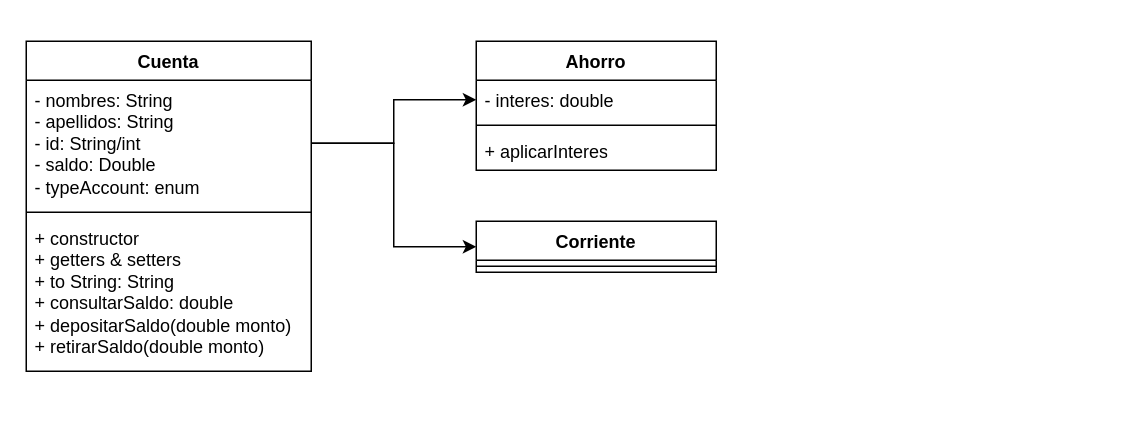
tineojf/practice-java keeps this draw.io diagram as src/cuentas/diagram/Account.drawio. Above is the earlier version. Source tidied: cells renumbered, new cells numbered last; positions are measured from the earlier drawing's top-left corner, leaving out a move shared by most shapes. Both pictures are drawn from the tidied source at 150%, with x=0, y=0 at pixel (26, 40).
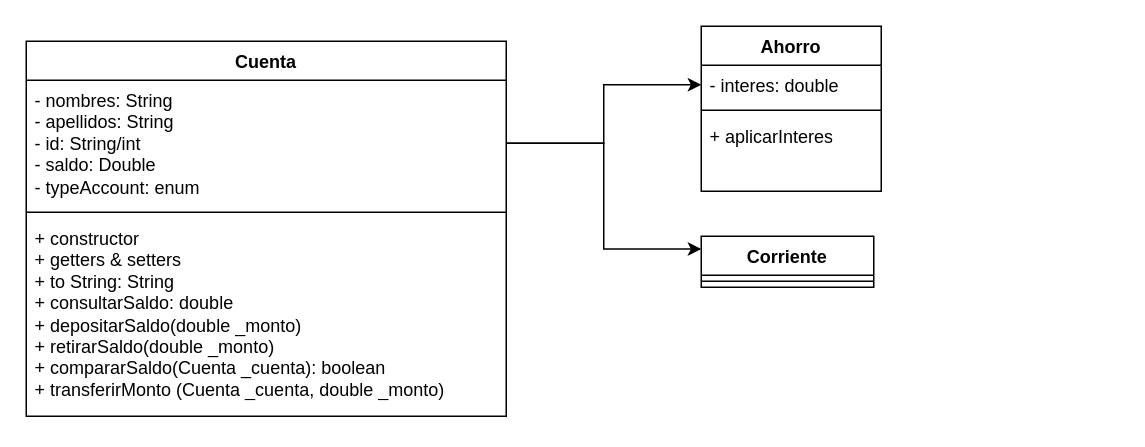
Above is the later version.

What changed in the source:
```diff
@@
 <mxGraphModel>
   <root>
     <mxCell id="0" />
     <mxCell id="1" parent="0" />
     <mxCell id="2" value="Cuenta" style="swimlane;fontStyle=1;align=center;verticalAlign=top;horizontal=1;startSize=26;whiteSpace=wrap;html=1;" parent="1" vertex="1">
-      <mxGeometry width="190" height="220" as="geometry" />
+      <mxGeometry width="320" height="250" as="geometry" />
     </mxCell>
     <mxCell id="3" value="- nombres: String&lt;br&gt;- apellidos: String&lt;br&gt;- id: String/int&lt;br&gt;- saldo: Double&lt;br&gt;- typeAccount: enum" style="text;strokeColor=none;fillColor=none;align=left;verticalAlign=top;spacingLeft=4;spacingRight=4;overflow=hidden;points=[[0,0.5],[1,0.5]];portConstraint=eastwest;whiteSpace=wrap;html=1;" parent="2" vertex="1">
-      <mxGeometry y="26" width="190" height="84" as="geometry" />
+      <mxGeometry y="26" width="320" height="84" as="geometry" />
     </mxCell>
     <mxCell id="4" style="line;strokeWidth=1;fillColor=none;align=left;verticalAlign=middle;spacingTop=-1;spacingLeft=3;spacingRight=3;labelPosition=right;strokeColor=inherit;" parent="2" vertex="1">
-      <mxGeometry y="110" width="190" height="8" as="geometry" />
+      <mxGeometry y="110" width="320" height="8" as="geometry" />
     </mxCell>
-    <mxCell id="5" value="+ constructor&lt;br&gt;+ getters &amp;amp; setters&lt;br&gt;+ to String: String&lt;br&gt;+ consultarSaldo: double&lt;br&gt;+ depositarSaldo(double monto)&lt;br&gt;+ retirarSaldo(double monto)" style="text;strokeColor=none;fillColor=none;align=left;verticalAlign=top;spacingLeft=4;spacingRight=4;overflow=hidden;whiteSpace=wrap;html=1;" parent="2" vertex="1">
-      <mxGeometry y="118" width="190" height="102" as="geometry" />
+    <mxCell id="5" value="+ constructor&lt;br&gt;+ getters &amp;amp; setters&lt;br&gt;+ to String: String&lt;br&gt;+ consultarSaldo: double&lt;br&gt;+ depositarSaldo(double _monto)&lt;br&gt;+ retirarSaldo(double _monto)&lt;br&gt;+ compararSaldo(Cuenta _cuenta): boolean&lt;br&gt;+ transferirMonto (Cuenta _cuenta, double _monto)" style="text;strokeColor=none;fillColor=none;align=left;verticalAlign=top;spacingLeft=4;spacingRight=4;overflow=hidden;whiteSpace=wrap;html=1;" parent="2" vertex="1">
+      <mxGeometry y="118" width="320" height="132" as="geometry" />
     </mxCell>
     <mxCell id="6" value="Ahorro" style="swimlane;fontStyle=1;align=center;verticalAlign=top;horizontal=1;startSize=26;whiteSpace=wrap;html=1;" parent="1" vertex="1">
-      <mxGeometry x="300" width="160" height="86" as="geometry" />
+      <mxGeometry x="450" y="-10" width="120" height="110" as="geometry" />
     </mxCell>
     <mxCell id="7" value="- interes: double" style="text;strokeColor=none;fillColor=none;align=left;verticalAlign=top;spacingLeft=4;spacingRight=4;overflow=hidden;points=[[0,0.5],[1,0.5]];portConstraint=eastwest;whiteSpace=wrap;html=1;" parent="6" vertex="1">
-      <mxGeometry y="26" width="160" height="26" as="geometry" />
+      <mxGeometry y="26" width="120" height="26" as="geometry" />
     </mxCell>
     <mxCell id="8" style="line;strokeWidth=1;fillColor=none;align=left;verticalAlign=middle;spacingTop=-1;spacingLeft=3;spacingRight=3;labelPosition=right;strokeColor=inherit;" parent="6" vertex="1">
-      <mxGeometry y="52" width="160" height="8" as="geometry" />
+      <mxGeometry y="52" width="120" height="8" as="geometry" />
     </mxCell>
     <mxCell id="9" value="+ aplicarInteres" style="text;strokeColor=none;fillColor=none;align=left;verticalAlign=top;spacingLeft=4;spacingRight=4;overflow=hidden;whiteSpace=wrap;html=1;" parent="6" vertex="1">
-      <mxGeometry y="60" width="160" height="26" as="geometry" />
+      <mxGeometry y="60" width="120" height="50" as="geometry" />
     </mxCell>
     <mxCell id="10" style="edgeStyle=orthogonalEdgeStyle;rounded=0;jettySize=auto;html=1;exitX=1;exitY=0.5;exitDx=0;exitDy=0;entryX=0;entryY=0.5;entryDx=0;entryDy=0;" parent="1" edge="1" source="3" target="7">
       <mxGeometry relative="1" as="geometry" />
     </mxCell>
+    <mxCell id="13" style="edgeStyle=orthogonalEdgeStyle;rounded=0;jettySize=auto;html=1;exitX=1;exitY=0.5;exitDx=0;exitDy=0;entryX=0;entryY=0.25;entryDx=0;entryDy=0;" parent="1" edge="1" source="3" target="11">
+      <mxGeometry relative="1" as="geometry" />
+    </mxCell>
     <mxCell id="11" value="Corriente" style="swimlane;fontStyle=1;align=center;verticalAlign=top;horizontal=1;startSize=26;whiteSpace=wrap;html=1;" parent="1" vertex="1">
-      <mxGeometry x="300" y="120" width="160" height="34" as="geometry" />
+      <mxGeometry x="450" y="130" width="115" height="34" as="geometry" />
     </mxCell>
-    <mxCell id="12" style="line;strokeWidth=1;fillColor=none;align=left;verticalAlign=middle;spacingTop=-1;spacingLeft=3;spacingRight=3;labelPosition=right;strokeColor=inherit;" parent="11" vertex="1">
-      <mxGeometry y="26" width="160" height="8" as="geometry" />
-    </mxCell>
-    <mxCell id="13" style="edgeStyle=orthogonalEdgeStyle;rounded=0;jettySize=auto;html=1;exitX=1;exitY=0.5;exitDx=0;exitDy=0;entryX=0;entryY=0.5;entryDx=0;entryDy=0;" parent="1" edge="1" source="3" target="11">
-      <mxGeometry relative="1" as="geometry" />
-    </mxCell>
+    <mxCell id="14" style="line;strokeWidth=1;fillColor=none;align=left;verticalAlign=middle;spacingTop=-1;spacingLeft=3;spacingRight=3;labelPosition=right;strokeColor=inherit;" parent="11" vertex="1">
+      <mxGeometry y="26" width="115" height="8" as="geometry" />
+    </mxCell>
+    <mxCell id="15" style="edgeStyle=orthogonalEdgeStyle;rounded=0;orthogonalLoop=1;jettySize=auto;html=1;exitX=1;exitY=0.5;exitDx=0;exitDy=0;" parent="11" edge="1">
+      <mxGeometry relative="1" as="geometry">
+        <mxPoint x="270" y="47" as="sourcePoint" />
+        <mxPoint x="270" y="47" as="targetPoint" />
+      </mxGeometry>
+    </mxCell>
   </root>
 </mxGraphModel>
```
